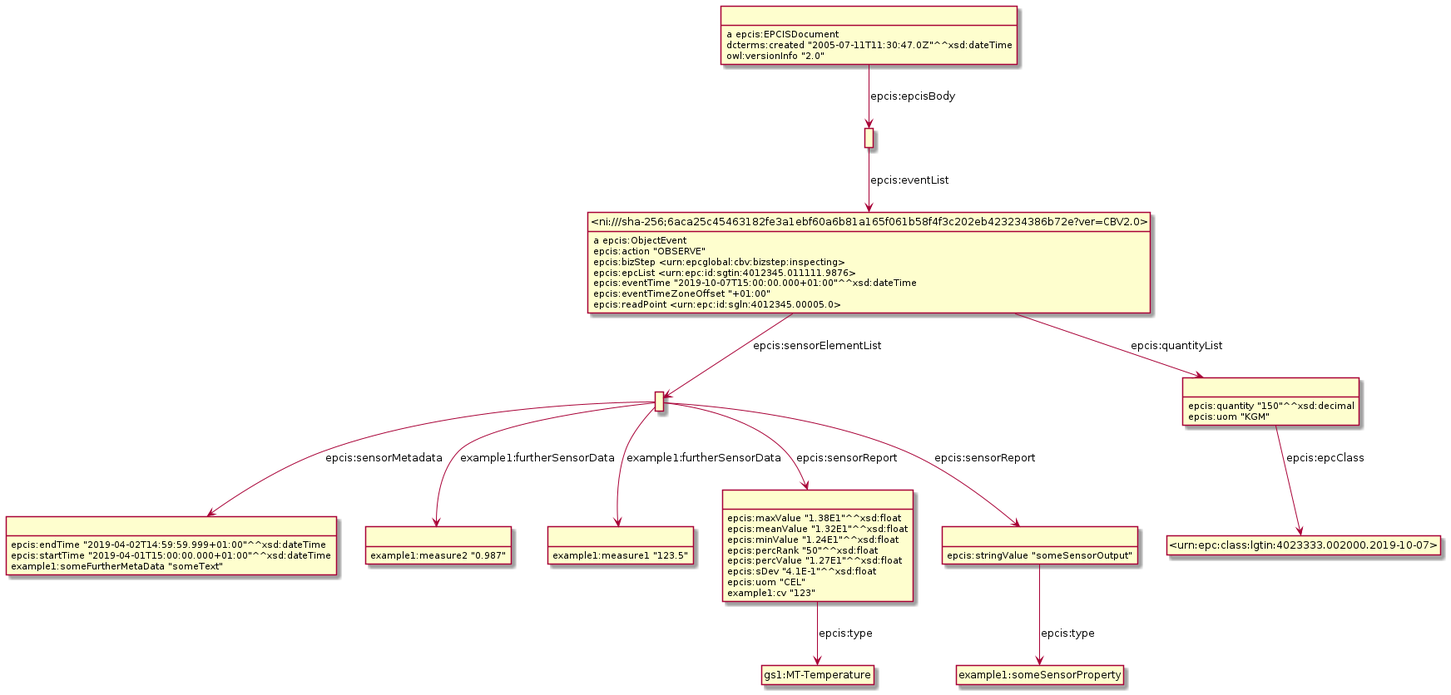
The PlantUML diagram Diagrams/WithSensorData/SensorDataExample6.png in gs1/EPCIS, before a commit. Source of this version:
```plantuml
@startuml
hide empty methods
hide empty attributes
hide circle
skinparam classAttributeIconSize 0
class _r1623307980r3_ as " "
class _r1623307980r6_ as " "
_r1623307980r3_ -down-> _r1623307980r6_ : epcis:sensorMetadata
class _r1623307980r4_ as " "
_r1623307980r3_ -down-> _r1623307980r4_ : example1:furtherSensorData
class _r1623307980r5_ as " "
_r1623307980r3_ -down-> _r1623307980r5_ : example1:furtherSensorData
class _r1623307980r8_ as " "
_r1623307980r3_ -down-> _r1623307980r8_ : epcis:sensorReport
class _r1623307980r7_ as " "
_r1623307980r3_ -down-> _r1623307980r7_ : epcis:sensorReport
class _r1623307980r1_ as " "
class _ni_sha_256_6aca25c45463182fe3a1ebf60a6b81a165f061b58f4f3c202eb423234386b72e_ver_CBV2_0_ as "<ni:///sha-256;6aca25c45463182fe3a1ebf60a6b81a165f061b58f4f3c202eb423234386b72e?ver=CBV2.0>"
_r1623307980r1_ -down-> _ni_sha_256_6aca25c45463182fe3a1ebf60a6b81a165f061b58f4f3c202eb423234386b72e_ver_CBV2_0_ : epcis:eventList
class gs1_MT_Temperature as "gs1:MT-Temperature"
_r1623307980r8_ -down-> gs1_MT_Temperature : epcis:type
_r1623307980r8_ : epcis:maxValue "1.38E1"^^xsd:float
_r1623307980r8_ : epcis:meanValue "1.32E1"^^xsd:float
_r1623307980r8_ : epcis:minValue "1.24E1"^^xsd:float
_r1623307980r8_ : epcis:percRank "50"^^xsd:float
_r1623307980r8_ : epcis:percValue "1.27E1"^^xsd:float
_r1623307980r8_ : epcis:sDev "4.1E-1"^^xsd:float
_r1623307980r8_ : epcis:uom "CEL"
_r1623307980r8_ : example1:cv "123"
_r1623307980r5_ : example1:measure1 "123.5"
class _r1623307980r0_ as " "
_r1623307980r0_ : a epcis:EPCISDocument
_r1623307980r0_ -down-> _r1623307980r1_ : epcis:epcisBody
_r1623307980r0_ : dcterms:created "2005-07-11T11:30:47.0Z"^^xsd:dateTime
_r1623307980r0_ : owl:versionInfo "2.0"
class example1_someSensorProperty as "example1:someSensorProperty"
_r1623307980r7_ -down-> example1_someSensorProperty : epcis:type
_r1623307980r7_ : epcis:stringValue "someSensorOutput"
_ni_sha_256_6aca25c45463182fe3a1ebf60a6b81a165f061b58f4f3c202eb423234386b72e_ver_CBV2_0_ : a epcis:ObjectEvent
class _r1623307980r2_ as " "
_ni_sha_256_6aca25c45463182fe3a1ebf60a6b81a165f061b58f4f3c202eb423234386b72e_ver_CBV2_0_ -down-> _r1623307980r2_ : epcis:quantityList
_ni_sha_256_6aca25c45463182fe3a1ebf60a6b81a165f061b58f4f3c202eb423234386b72e_ver_CBV2_0_ -down-> _r1623307980r3_ : epcis:sensorElementList
_ni_sha_256_6aca25c45463182fe3a1ebf60a6b81a165f061b58f4f3c202eb423234386b72e_ver_CBV2_0_ : epcis:action "OBSERVE"
_ni_sha_256_6aca25c45463182fe3a1ebf60a6b81a165f061b58f4f3c202eb423234386b72e_ver_CBV2_0_ : epcis:bizStep <urn:epcglobal:cbv:bizstep:inspecting>
_ni_sha_256_6aca25c45463182fe3a1ebf60a6b81a165f061b58f4f3c202eb423234386b72e_ver_CBV2_0_ : epcis:epcList <urn:epc:id:sgtin:4012345.011111.9876>
_ni_sha_256_6aca25c45463182fe3a1ebf60a6b81a165f061b58f4f3c202eb423234386b72e_ver_CBV2_0_ : epcis:eventTime "2019-10-07T15:00:00.000+01:00"^^xsd:dateTime
_ni_sha_256_6aca25c45463182fe3a1ebf60a6b81a165f061b58f4f3c202eb423234386b72e_ver_CBV2_0_ : epcis:eventTimeZoneOffset "+01:00"
_ni_sha_256_6aca25c45463182fe3a1ebf60a6b81a165f061b58f4f3c202eb423234386b72e_ver_CBV2_0_ : epcis:readPoint <urn:epc:id:sgln:4012345.00005.0>
_r1623307980r4_ : example1:measure2 "0.987"
_r1623307980r6_ : epcis:endTime "2019-04-02T14:59:59.999+01:00"^^xsd:dateTime
_r1623307980r6_ : epcis:startTime "2019-04-01T15:00:00.000+01:00"^^xsd:dateTime
_r1623307980r6_ : example1:someFurtherMetaData "someText"
class _urn_epc_class_lgtin_4023333_002000_2019_10_07_ as "<urn:epc:class:lgtin:4023333.002000.2019-10-07>"
_r1623307980r2_ -down-> _urn_epc_class_lgtin_4023333_002000_2019_10_07_ : epcis:epcClass
_r1623307980r2_ : epcis:quantity "150"^^xsd:decimal
_r1623307980r2_ : epcis:uom "KGM"
@enduml
```
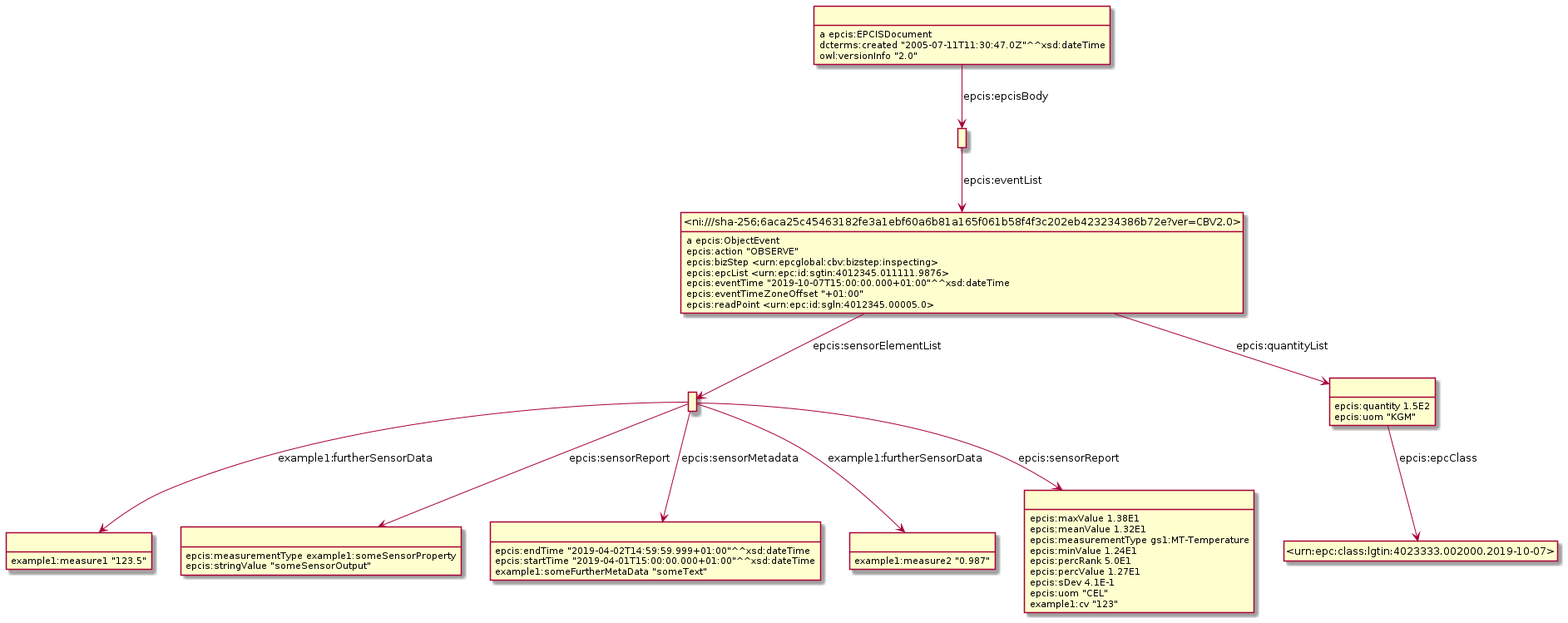
Later version of the same file.

Change to the diagram source:
```diff
@@ -3,55 +3,53 @@
 hide empty attributes
 hide circle
 skinparam classAttributeIconSize 0
-class _r1623307980r3_ as " "
-class _r1623307980r6_ as " "
-_r1623307980r3_ -down-> _r1623307980r6_ : epcis:sensorMetadata
-class _r1623307980r4_ as " "
-_r1623307980r3_ -down-> _r1623307980r4_ : example1:furtherSensorData
-class _r1623307980r5_ as " "
-_r1623307980r3_ -down-> _r1623307980r5_ : example1:furtherSensorData
-class _r1623307980r8_ as " "
-_r1623307980r3_ -down-> _r1623307980r8_ : epcis:sensorReport
-class _r1623307980r7_ as " "
-_r1623307980r3_ -down-> _r1623307980r7_ : epcis:sensorReport
-class _r1623307980r1_ as " "
+class _r1623934102r7_ as " "
+_r1623934102r7_ : a epcis:EPCISDocument
+class _r1623934102r8_ as " "
+_r1623934102r7_ -down-> _r1623934102r8_ : epcis:epcisBody
+_r1623934102r7_ : dcterms:created "2005-07-11T11:30:47.0Z"^^xsd:dateTime
+_r1623934102r7_ : owl:versionInfo "2.0"
+class _r1623934102r3_ as " "
+_r1623934102r3_ : example1:measure1 "123.5"
+class _r1623934102r1_ as " "
+class _r1623934102r5_ as " "
+_r1623934102r1_ -down-> _r1623934102r5_ : epcis:sensorReport
+class _r1623934102r4_ as " "
+_r1623934102r1_ -down-> _r1623934102r4_ : epcis:sensorMetadata
+class _r1623934102r2_ as " "
+_r1623934102r1_ -down-> _r1623934102r2_ : example1:furtherSensorData
+_r1623934102r1_ -down-> _r1623934102r3_ : example1:furtherSensorData
+class _r1623934102r6_ as " "
+_r1623934102r1_ -down-> _r1623934102r6_ : epcis:sensorReport
 class _ni_sha_256_6aca25c45463182fe3a1ebf60a6b81a165f061b58f4f3c202eb423234386b72e_ver_CBV2_0_ as "<ni:///sha-256;6aca25c45463182fe3a1ebf60a6b81a165f061b58f4f3c202eb423234386b72e?ver=CBV2.0>"
-_r1623307980r1_ -down-> _ni_sha_256_6aca25c45463182fe3a1ebf60a6b81a165f061b58f4f3c202eb423234386b72e_ver_CBV2_0_ : epcis:eventList
-class gs1_MT_Temperature as "gs1:MT-Temperature"
-_r1623307980r8_ -down-> gs1_MT_Temperature : epcis:type
-_r1623307980r8_ : epcis:maxValue "1.38E1"^^xsd:float
-_r1623307980r8_ : epcis:meanValue "1.32E1"^^xsd:float
-_r1623307980r8_ : epcis:minValue "1.24E1"^^xsd:float
-_r1623307980r8_ : epcis:percRank "50"^^xsd:float
-_r1623307980r8_ : epcis:percValue "1.27E1"^^xsd:float
-_r1623307980r8_ : epcis:sDev "4.1E-1"^^xsd:float
-_r1623307980r8_ : epcis:uom "CEL"
-_r1623307980r8_ : example1:cv "123"
-_r1623307980r5_ : example1:measure1 "123.5"
-class _r1623307980r0_ as " "
-_r1623307980r0_ : a epcis:EPCISDocument
-_r1623307980r0_ -down-> _r1623307980r1_ : epcis:epcisBody
-_r1623307980r0_ : dcterms:created "2005-07-11T11:30:47.0Z"^^xsd:dateTime
-_r1623307980r0_ : owl:versionInfo "2.0"
-class example1_someSensorProperty as "example1:someSensorProperty"
-_r1623307980r7_ -down-> example1_someSensorProperty : epcis:type
-_r1623307980r7_ : epcis:stringValue "someSensorOutput"
+_r1623934102r8_ -down-> _ni_sha_256_6aca25c45463182fe3a1ebf60a6b81a165f061b58f4f3c202eb423234386b72e_ver_CBV2_0_ : epcis:eventList
+_r1623934102r4_ : epcis:endTime "2019-04-02T14:59:59.999+01:00"^^xsd:dateTime
+_r1623934102r4_ : epcis:startTime "2019-04-01T15:00:00.000+01:00"^^xsd:dateTime
+_r1623934102r4_ : example1:someFurtherMetaData "someText"
+_r1623934102r5_ : epcis:measurementType example1:someSensorProperty
+_r1623934102r5_ : epcis:stringValue "someSensorOutput"
+class _r1623934102r0_ as " "
+class _urn_epc_class_lgtin_4023333_002000_2019_10_07_ as "<urn:epc:class:lgtin:4023333.002000.2019-10-07>"
+_r1623934102r0_ -down-> _urn_epc_class_lgtin_4023333_002000_2019_10_07_ : epcis:epcClass
+_r1623934102r0_ : epcis:quantity 1.5E2
+_r1623934102r0_ : epcis:uom "KGM"
+_r1623934102r2_ : example1:measure2 "0.987"
+_r1623934102r6_ : epcis:maxValue 1.38E1
+_r1623934102r6_ : epcis:meanValue 1.32E1
+_r1623934102r6_ : epcis:measurementType gs1:MT-Temperature
+_r1623934102r6_ : epcis:minValue 1.24E1
+_r1623934102r6_ : epcis:percRank 5.0E1
+_r1623934102r6_ : epcis:percValue 1.27E1
+_r1623934102r6_ : epcis:sDev 4.1E-1
+_r1623934102r6_ : epcis:uom "CEL"
+_r1623934102r6_ : example1:cv "123"
 _ni_sha_256_6aca25c45463182fe3a1ebf60a6b81a165f061b58f4f3c202eb423234386b72e_ver_CBV2_0_ : a epcis:ObjectEvent
-class _r1623307980r2_ as " "
-_ni_sha_256_6aca25c45463182fe3a1ebf60a6b81a165f061b58f4f3c202eb423234386b72e_ver_CBV2_0_ -down-> _r1623307980r2_ : epcis:quantityList
-_ni_sha_256_6aca25c45463182fe3a1ebf60a6b81a165f061b58f4f3c202eb423234386b72e_ver_CBV2_0_ -down-> _r1623307980r3_ : epcis:sensorElementList
+_ni_sha_256_6aca25c45463182fe3a1ebf60a6b81a165f061b58f4f3c202eb423234386b72e_ver_CBV2_0_ -down-> _r1623934102r1_ : epcis:sensorElementList
+_ni_sha_256_6aca25c45463182fe3a1ebf60a6b81a165f061b58f4f3c202eb423234386b72e_ver_CBV2_0_ -down-> _r1623934102r0_ : epcis:quantityList
 _ni_sha_256_6aca25c45463182fe3a1ebf60a6b81a165f061b58f4f3c202eb423234386b72e_ver_CBV2_0_ : epcis:action "OBSERVE"
 _ni_sha_256_6aca25c45463182fe3a1ebf60a6b81a165f061b58f4f3c202eb423234386b72e_ver_CBV2_0_ : epcis:bizStep <urn:epcglobal:cbv:bizstep:inspecting>
 _ni_sha_256_6aca25c45463182fe3a1ebf60a6b81a165f061b58f4f3c202eb423234386b72e_ver_CBV2_0_ : epcis:epcList <urn:epc:id:sgtin:4012345.011111.9876>
 _ni_sha_256_6aca25c45463182fe3a1ebf60a6b81a165f061b58f4f3c202eb423234386b72e_ver_CBV2_0_ : epcis:eventTime "2019-10-07T15:00:00.000+01:00"^^xsd:dateTime
 _ni_sha_256_6aca25c45463182fe3a1ebf60a6b81a165f061b58f4f3c202eb423234386b72e_ver_CBV2_0_ : epcis:eventTimeZoneOffset "+01:00"
 _ni_sha_256_6aca25c45463182fe3a1ebf60a6b81a165f061b58f4f3c202eb423234386b72e_ver_CBV2_0_ : epcis:readPoint <urn:epc:id:sgln:4012345.00005.0>
-_r1623307980r4_ : example1:measure2 "0.987"
-_r1623307980r6_ : epcis:endTime "2019-04-02T14:59:59.999+01:00"^^xsd:dateTime
-_r1623307980r6_ : epcis:startTime "2019-04-01T15:00:00.000+01:00"^^xsd:dateTime
-_r1623307980r6_ : example1:someFurtherMetaData "someText"
-class _urn_epc_class_lgtin_4023333_002000_2019_10_07_ as "<urn:epc:class:lgtin:4023333.002000.2019-10-07>"
-_r1623307980r2_ -down-> _urn_epc_class_lgtin_4023333_002000_2019_10_07_ : epcis:epcClass
-_r1623307980r2_ : epcis:quantity "150"^^xsd:decimal
-_r1623307980r2_ : epcis:uom "KGM"
 @enduml
```
